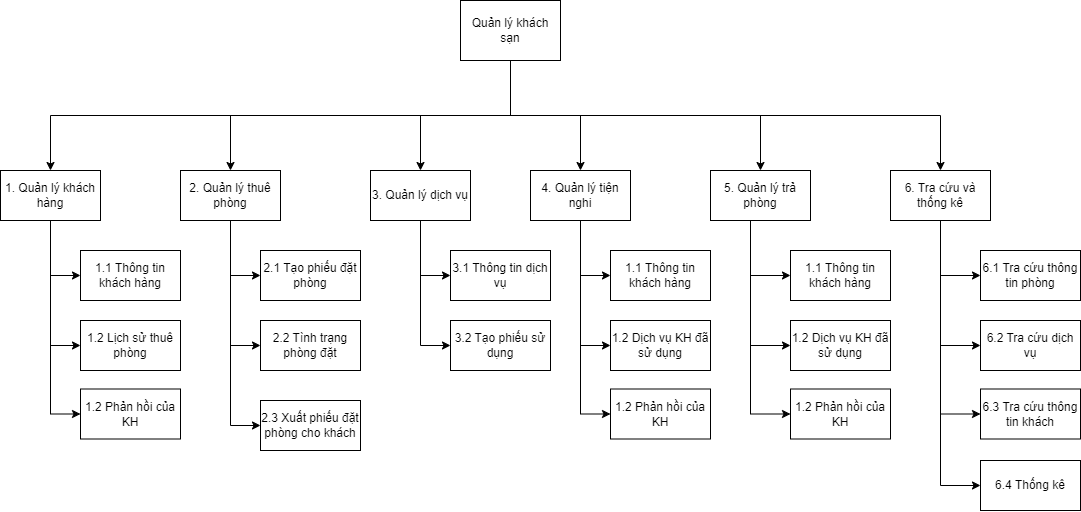
Before: Biểu đồ không có tiêu đề.drawio.png, a diagram exported from draw.io (DatLe328/Git-practice). Source tidied: cells renumbered, new cells last; positions are measured from the earlier drawing's top-left corner, leaving out a move shared by most shapes. Its diagram source:
```xml
<mxGraphModel>
  <root>
    <mxCell id="0" />
    <mxCell id="1" parent="0" />
    <mxCell id="2" style="edgeStyle=orthogonalEdgeStyle;rounded=0;jettySize=auto;html=1;exitX=0.5;exitY=1;exitDx=0;exitDy=0;entryX=0.5;entryY=0;entryDx=0;entryDy=0;" parent="1" edge="1" source="8" target="12">
      <mxGeometry relative="1" as="geometry" />
    </mxCell>
    <mxCell id="3" style="edgeStyle=orthogonalEdgeStyle;rounded=0;jettySize=auto;html=1;exitX=0.5;exitY=1;exitDx=0;exitDy=0;entryX=0.5;entryY=0;entryDx=0;entryDy=0;" parent="1" edge="1" source="8" target="19">
      <mxGeometry relative="1" as="geometry" />
    </mxCell>
    <mxCell id="4" style="edgeStyle=orthogonalEdgeStyle;rounded=0;jettySize=auto;html=1;exitX=0.5;exitY=1;exitDx=0;exitDy=0;entryX=0.5;entryY=0;entryDx=0;entryDy=0;" parent="1" edge="1" source="8" target="24">
      <mxGeometry relative="1" as="geometry" />
    </mxCell>
    <mxCell id="5" style="edgeStyle=orthogonalEdgeStyle;rounded=0;jettySize=auto;html=1;exitX=0.5;exitY=1;exitDx=0;exitDy=0;entryX=0.5;entryY=0;entryDx=0;entryDy=0;" parent="1" edge="1" source="8" target="33">
      <mxGeometry relative="1" as="geometry" />
    </mxCell>
    <mxCell id="6" style="edgeStyle=orthogonalEdgeStyle;rounded=0;jettySize=auto;html=1;exitX=0.5;exitY=1;exitDx=0;exitDy=0;entryX=0.5;entryY=0;entryDx=0;entryDy=0;" parent="1" edge="1" source="8" target="38">
      <mxGeometry relative="1" as="geometry" />
    </mxCell>
    <mxCell id="7" style="edgeStyle=orthogonalEdgeStyle;rounded=0;jettySize=auto;html=1;exitX=0.5;exitY=1;exitDx=0;exitDy=0;entryX=0.5;entryY=0;entryDx=0;entryDy=0;" parent="1" edge="1" source="8" target="49">
      <mxGeometry relative="1" as="geometry" />
    </mxCell>
    <mxCell id="8" value="Quản lý khách sạn" style="html=1;dashed=0;whiteSpace=wrap;" parent="1" vertex="1">
      <mxGeometry x="460" width="100" height="60" as="geometry" />
    </mxCell>
    <mxCell id="9" style="edgeStyle=orthogonalEdgeStyle;rounded=0;jettySize=auto;html=1;exitX=0.5;exitY=1;exitDx=0;exitDy=0;entryX=0;entryY=0.5;entryDx=0;entryDy=0;" parent="1" edge="1" source="12" target="13">
      <mxGeometry relative="1" as="geometry">
        <Array as="points">
          <mxPoint x="50" y="275" />
        </Array>
      </mxGeometry>
    </mxCell>
    <mxCell id="10" style="edgeStyle=orthogonalEdgeStyle;rounded=0;jettySize=auto;html=1;entryX=0;entryY=0.5;entryDx=0;entryDy=0;" parent="1" edge="1" source="12" target="14">
      <mxGeometry relative="1" as="geometry" />
    </mxCell>
    <mxCell id="11" style="edgeStyle=orthogonalEdgeStyle;rounded=0;jettySize=auto;html=1;exitX=0.5;exitY=1;exitDx=0;exitDy=0;entryX=0;entryY=0.5;entryDx=0;entryDy=0;" parent="1" edge="1" source="12" target="15">
      <mxGeometry relative="1" as="geometry" />
    </mxCell>
    <mxCell id="12" value="1. Quản lý khách hàng" style="html=1;dashed=0;whiteSpace=wrap;" parent="1" vertex="1">
      <mxGeometry y="170" width="100" height="50" as="geometry" />
    </mxCell>
    <mxCell id="13" value="1.1 Thông tin khách hàng" style="html=1;dashed=0;whiteSpace=wrap;" parent="1" vertex="1">
      <mxGeometry x="80" y="250" width="100" height="50" as="geometry" />
    </mxCell>
    <mxCell id="14" value="1.2 Lịch sử thuê phòng" style="html=1;dashed=0;whiteSpace=wrap;" parent="1" vertex="1">
      <mxGeometry x="80" y="320" width="100" height="50" as="geometry" />
    </mxCell>
    <mxCell id="15" value="1.2 Phản hồi của KH" style="html=1;dashed=0;whiteSpace=wrap;" parent="1" vertex="1">
      <mxGeometry x="80" y="388.5" width="100" height="50" as="geometry" />
    </mxCell>
    <mxCell id="16" style="edgeStyle=orthogonalEdgeStyle;rounded=0;jettySize=auto;html=1;entryX=0;entryY=0.5;entryDx=0;entryDy=0;" parent="1" edge="1" source="19" target="20">
      <mxGeometry relative="1" as="geometry" />
    </mxCell>
    <mxCell id="17" style="edgeStyle=orthogonalEdgeStyle;rounded=0;jettySize=auto;html=1;exitX=0.5;exitY=1;exitDx=0;exitDy=0;entryX=0;entryY=0.5;entryDx=0;entryDy=0;" parent="1" edge="1" source="19" target="21">
      <mxGeometry relative="1" as="geometry" />
    </mxCell>
    <mxCell id="18" style="edgeStyle=orthogonalEdgeStyle;rounded=0;jettySize=auto;html=1;exitX=0.5;exitY=1;exitDx=0;exitDy=0;entryX=0;entryY=0.5;entryDx=0;entryDy=0;" parent="1" edge="1" source="19" target="34">
      <mxGeometry relative="1" as="geometry" />
    </mxCell>
    <mxCell id="19" value="2. Quản lý thuê phòng" style="html=1;dashed=0;whiteSpace=wrap;" parent="1" vertex="1">
      <mxGeometry x="180" y="170" width="100" height="50" as="geometry" />
    </mxCell>
    <mxCell id="20" value="2.1 Tạo phiếu đặt phòng" style="html=1;dashed=0;whiteSpace=wrap;" parent="1" vertex="1">
      <mxGeometry x="260" y="250" width="100" height="50" as="geometry" />
    </mxCell>
    <mxCell id="21" value="2.2 Tình trạng phòng đặt" style="html=1;dashed=0;whiteSpace=wrap;" parent="1" vertex="1">
      <mxGeometry x="260" y="320" width="100" height="50" as="geometry" />
    </mxCell>
    <mxCell id="22" style="edgeStyle=orthogonalEdgeStyle;rounded=0;jettySize=auto;html=1;entryX=0;entryY=0.5;entryDx=0;entryDy=0;" parent="1" edge="1" source="24" target="25">
      <mxGeometry relative="1" as="geometry" />
    </mxCell>
    <mxCell id="23" style="edgeStyle=orthogonalEdgeStyle;rounded=0;jettySize=auto;html=1;exitX=0.5;exitY=1;exitDx=0;exitDy=0;entryX=0;entryY=0.5;entryDx=0;entryDy=0;" parent="1" edge="1" source="24" target="26">
      <mxGeometry relative="1" as="geometry" />
    </mxCell>
    <mxCell id="24" value="3. Quản lý dịch vụ" style="html=1;dashed=0;whiteSpace=wrap;" parent="1" vertex="1">
      <mxGeometry x="370" y="170" width="100" height="50" as="geometry" />
    </mxCell>
    <mxCell id="25" value="3.1 Thông tin dịch vụ" style="html=1;dashed=0;whiteSpace=wrap;" parent="1" vertex="1">
      <mxGeometry x="450" y="250" width="100" height="50" as="geometry" />
    </mxCell>
    <mxCell id="26" value="3.2 Tạo phiếu sử dụng" style="html=1;dashed=0;whiteSpace=wrap;" parent="1" vertex="1">
      <mxGeometry x="450" y="320" width="100" height="50" as="geometry" />
    </mxCell>
    <mxCell id="27" style="edgeStyle=orthogonalEdgeStyle;rounded=0;jettySize=auto;html=1;exitX=0.5;exitY=1;exitDx=0;exitDy=0;entryX=0;entryY=0.5;entryDx=0;entryDy=0;" parent="1" edge="1" target="30">
      <mxGeometry relative="1" as="geometry">
        <mxPoint x="750" y="220" as="sourcePoint" />
        <Array as="points">
          <mxPoint x="750" y="275" />
        </Array>
      </mxGeometry>
    </mxCell>
    <mxCell id="28" style="edgeStyle=orthogonalEdgeStyle;rounded=0;jettySize=auto;html=1;entryX=0;entryY=0.5;entryDx=0;entryDy=0;" parent="1" edge="1" target="31">
      <mxGeometry relative="1" as="geometry">
        <mxPoint x="750" y="220" as="sourcePoint" />
        <Array as="points">
          <mxPoint x="750" y="345" />
        </Array>
      </mxGeometry>
    </mxCell>
    <mxCell id="29" style="edgeStyle=orthogonalEdgeStyle;rounded=0;jettySize=auto;html=1;exitX=0.5;exitY=1;exitDx=0;exitDy=0;entryX=0;entryY=0.5;entryDx=0;entryDy=0;" parent="1" edge="1" target="32">
      <mxGeometry relative="1" as="geometry">
        <mxPoint x="750" y="220" as="sourcePoint" />
        <Array as="points">
          <mxPoint x="750" y="414" />
        </Array>
      </mxGeometry>
    </mxCell>
    <mxCell id="30" value="1.1 Thông tin khách hàng" style="html=1;dashed=0;whiteSpace=wrap;" parent="1" vertex="1">
      <mxGeometry x="790" y="250" width="100" height="50" as="geometry" />
    </mxCell>
    <mxCell id="31" value="1.2 Dịch vụ KH đã sử dụng" style="html=1;dashed=0;whiteSpace=wrap;" parent="1" vertex="1">
      <mxGeometry x="790" y="320" width="100" height="50" as="geometry" />
    </mxCell>
    <mxCell id="32" value="1.2 Phản hồi của KH" style="html=1;dashed=0;whiteSpace=wrap;" parent="1" vertex="1">
      <mxGeometry x="790" y="388.5" width="100" height="50" as="geometry" />
    </mxCell>
    <mxCell id="33" value="5. Quản lý trả phòng" style="html=1;dashed=0;whiteSpace=wrap;" parent="1" vertex="1">
      <mxGeometry x="710" y="170" width="100" height="50" as="geometry" />
    </mxCell>
    <mxCell id="34" value="2.3 Xuất phiếu đặt phòng cho khách" style="html=1;dashed=0;whiteSpace=wrap;" parent="1" vertex="1">
      <mxGeometry x="260" y="400" width="100" height="50" as="geometry" />
    </mxCell>
    <mxCell id="35" style="edgeStyle=orthogonalEdgeStyle;rounded=0;jettySize=auto;html=1;exitX=0.5;exitY=1;exitDx=0;exitDy=0;entryX=0;entryY=0.5;entryDx=0;entryDy=0;" parent="1" edge="1" source="38" target="39">
      <mxGeometry relative="1" as="geometry">
        <Array as="points">
          <mxPoint x="580" y="275" />
        </Array>
      </mxGeometry>
    </mxCell>
    <mxCell id="36" style="edgeStyle=orthogonalEdgeStyle;rounded=0;jettySize=auto;html=1;entryX=0;entryY=0.5;entryDx=0;entryDy=0;" parent="1" edge="1" source="38" target="40">
      <mxGeometry relative="1" as="geometry" />
    </mxCell>
    <mxCell id="37" style="edgeStyle=orthogonalEdgeStyle;rounded=0;jettySize=auto;html=1;exitX=0.5;exitY=1;exitDx=0;exitDy=0;entryX=0;entryY=0.5;entryDx=0;entryDy=0;" parent="1" edge="1" source="38" target="41">
      <mxGeometry relative="1" as="geometry" />
    </mxCell>
    <mxCell id="38" value="4. Quản lý tiện nghi" style="html=1;dashed=0;whiteSpace=wrap;" parent="1" vertex="1">
      <mxGeometry x="530" y="170" width="100" height="50" as="geometry" />
    </mxCell>
    <mxCell id="39" value="1.1 Thông tin khách hàng" style="html=1;dashed=0;whiteSpace=wrap;" parent="1" vertex="1">
      <mxGeometry x="610" y="250" width="100" height="50" as="geometry" />
    </mxCell>
    <mxCell id="40" value="1.2 Dịch vụ KH đã sử dụng" style="html=1;dashed=0;whiteSpace=wrap;" parent="1" vertex="1">
      <mxGeometry x="610" y="320" width="100" height="50" as="geometry" />
    </mxCell>
    <mxCell id="41" value="1.2 Phản hồi của KH" style="html=1;dashed=0;whiteSpace=wrap;" parent="1" vertex="1">
      <mxGeometry x="610" y="388.5" width="100" height="50" as="geometry" />
    </mxCell>
    <mxCell id="42" style="edgeStyle=orthogonalEdgeStyle;rounded=0;jettySize=auto;html=1;exitX=0.5;exitY=1;exitDx=0;exitDy=0;entryX=0;entryY=0.5;entryDx=0;entryDy=0;" parent="1" edge="1" target="45">
      <mxGeometry relative="1" as="geometry">
        <mxPoint x="940" y="220" as="sourcePoint" />
        <Array as="points">
          <mxPoint x="940" y="275" />
        </Array>
      </mxGeometry>
    </mxCell>
    <mxCell id="43" style="edgeStyle=orthogonalEdgeStyle;rounded=0;jettySize=auto;html=1;entryX=0;entryY=0.5;entryDx=0;entryDy=0;" parent="1" edge="1" target="46">
      <mxGeometry relative="1" as="geometry">
        <mxPoint x="940" y="220" as="sourcePoint" />
        <Array as="points">
          <mxPoint x="940" y="345" />
        </Array>
      </mxGeometry>
    </mxCell>
    <mxCell id="44" style="edgeStyle=orthogonalEdgeStyle;rounded=0;jettySize=auto;html=1;exitX=0.5;exitY=1;exitDx=0;exitDy=0;entryX=0;entryY=0.5;entryDx=0;entryDy=0;" parent="1" edge="1" target="47">
      <mxGeometry relative="1" as="geometry">
        <mxPoint x="940" y="220" as="sourcePoint" />
        <Array as="points">
          <mxPoint x="940" y="414" />
        </Array>
      </mxGeometry>
    </mxCell>
    <mxCell id="45" value="6.1 Tra cứu thông tin phòng" style="html=1;dashed=0;whiteSpace=wrap;" parent="1" vertex="1">
      <mxGeometry x="980" y="250" width="100" height="50" as="geometry" />
    </mxCell>
    <mxCell id="46" value="6.2 Tra cứu dịch vụ" style="html=1;dashed=0;whiteSpace=wrap;" parent="1" vertex="1">
      <mxGeometry x="980" y="320" width="100" height="50" as="geometry" />
    </mxCell>
    <mxCell id="47" value="6.3 Tra cứu thông tin khách" style="html=1;dashed=0;whiteSpace=wrap;" parent="1" vertex="1">
      <mxGeometry x="980" y="388.5" width="100" height="50" as="geometry" />
    </mxCell>
    <mxCell id="48" style="edgeStyle=orthogonalEdgeStyle;rounded=0;jettySize=auto;html=1;exitX=0.5;exitY=1;exitDx=0;exitDy=0;entryX=0;entryY=0.5;entryDx=0;entryDy=0;" parent="1" edge="1" source="49" target="50">
      <mxGeometry relative="1" as="geometry" />
    </mxCell>
    <mxCell id="49" value="6. Tra cứu và thống kê" style="html=1;dashed=0;whiteSpace=wrap;" parent="1" vertex="1">
      <mxGeometry x="890" y="170" width="100" height="50" as="geometry" />
    </mxCell>
    <mxCell id="50" value="6.4 Thống kê" style="html=1;dashed=0;whiteSpace=wrap;" parent="1" vertex="1">
      <mxGeometry x="980" y="460" width="100" height="50" as="geometry" />
    </mxCell>
  </root>
</mxGraphModel>
```
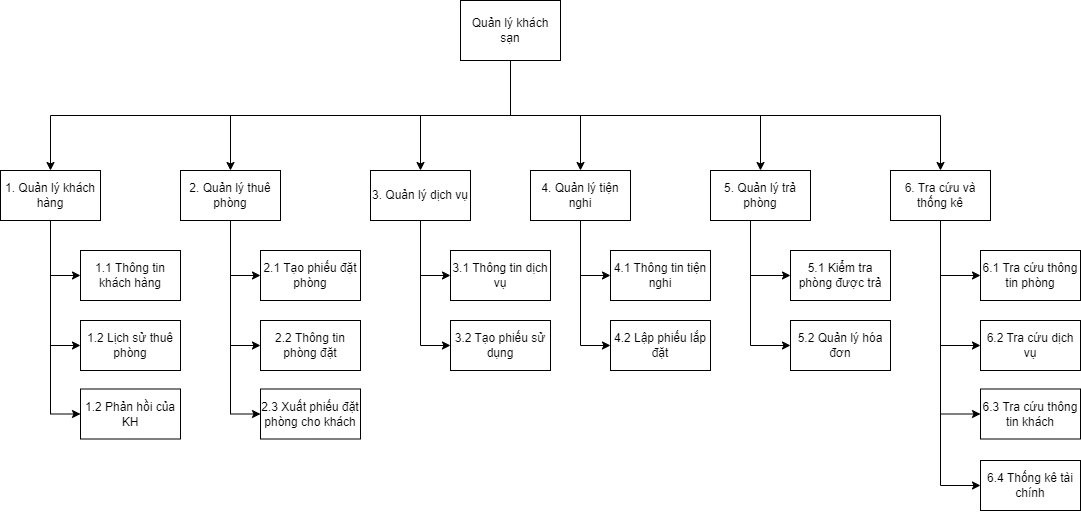
The same file after the commit.

Commit message:
Cập nhật Biểu đồ không có tiêu đề.drawio.png

Change to the diagram source:
```diff
@@ -63,7 +63,7 @@
     <mxCell id="20" value="2.1 Tạo phiếu đặt phòng" style="html=1;dashed=0;whiteSpace=wrap;" parent="1" vertex="1">
       <mxGeometry x="260" y="250" width="100" height="50" as="geometry" />
     </mxCell>
-    <mxCell id="21" value="2.2 Tình trạng phòng đặt" style="html=1;dashed=0;whiteSpace=wrap;" parent="1" vertex="1">
+    <mxCell id="21" value="2.2 Thông tin phòng đặt" style="html=1;dashed=0;whiteSpace=wrap;" parent="1" vertex="1">
       <mxGeometry x="260" y="320" width="100" height="50" as="geometry" />
     </mxCell>
     <mxCell id="22" style="edgeStyle=orthogonalEdgeStyle;rounded=0;jettySize=auto;html=1;entryX=0;entryY=0.5;entryDx=0;entryDy=0;" parent="1" edge="1" source="24" target="25">
@@ -97,28 +97,17 @@
         </Array>
       </mxGeometry>
     </mxCell>
-    <mxCell id="29" style="edgeStyle=orthogonalEdgeStyle;rounded=0;jettySize=auto;html=1;exitX=0.5;exitY=1;exitDx=0;exitDy=0;entryX=0;entryY=0.5;entryDx=0;entryDy=0;" parent="1" edge="1" target="32">
-      <mxGeometry relative="1" as="geometry">
-        <mxPoint x="750" y="220" as="sourcePoint" />
-        <Array as="points">
-          <mxPoint x="750" y="414" />
-        </Array>
-      </mxGeometry>
-    </mxCell>
-    <mxCell id="30" value="1.1 Thông tin khách hàng" style="html=1;dashed=0;whiteSpace=wrap;" parent="1" vertex="1">
+    <mxCell id="30" value="5.1 Kiểm tra phòng được trả" style="html=1;dashed=0;whiteSpace=wrap;" parent="1" vertex="1">
       <mxGeometry x="790" y="250" width="100" height="50" as="geometry" />
     </mxCell>
-    <mxCell id="31" value="1.2 Dịch vụ KH đã sử dụng" style="html=1;dashed=0;whiteSpace=wrap;" parent="1" vertex="1">
+    <mxCell id="31" value="5.2 Quản lý hóa đơn" style="html=1;dashed=0;whiteSpace=wrap;" parent="1" vertex="1">
       <mxGeometry x="790" y="320" width="100" height="50" as="geometry" />
     </mxCell>
-    <mxCell id="32" value="1.2 Phản hồi của KH" style="html=1;dashed=0;whiteSpace=wrap;" parent="1" vertex="1">
-      <mxGeometry x="790" y="388.5" width="100" height="50" as="geometry" />
-    </mxCell>
     <mxCell id="33" value="5. Quản lý trả phòng" style="html=1;dashed=0;whiteSpace=wrap;" parent="1" vertex="1">
       <mxGeometry x="710" y="170" width="100" height="50" as="geometry" />
     </mxCell>
     <mxCell id="34" value="2.3 Xuất phiếu đặt phòng cho khách" style="html=1;dashed=0;whiteSpace=wrap;" parent="1" vertex="1">
-      <mxGeometry x="260" y="400" width="100" height="50" as="geometry" />
+      <mxGeometry x="260" y="388.5" width="100" height="50" as="geometry" />
     </mxCell>
     <mxCell id="35" style="edgeStyle=orthogonalEdgeStyle;rounded=0;jettySize=auto;html=1;exitX=0.5;exitY=1;exitDx=0;exitDy=0;entryX=0;entryY=0.5;entryDx=0;entryDy=0;" parent="1" edge="1" source="38" target="39">
       <mxGeometry relative="1" as="geometry">
@@ -130,21 +119,15 @@
     <mxCell id="36" style="edgeStyle=orthogonalEdgeStyle;rounded=0;jettySize=auto;html=1;entryX=0;entryY=0.5;entryDx=0;entryDy=0;" parent="1" edge="1" source="38" target="40">
       <mxGeometry relative="1" as="geometry" />
     </mxCell>
-    <mxCell id="37" style="edgeStyle=orthogonalEdgeStyle;rounded=0;jettySize=auto;html=1;exitX=0.5;exitY=1;exitDx=0;exitDy=0;entryX=0;entryY=0.5;entryDx=0;entryDy=0;" parent="1" edge="1" source="38" target="41">
-      <mxGeometry relative="1" as="geometry" />
-    </mxCell>
     <mxCell id="38" value="4. Quản lý tiện nghi" style="html=1;dashed=0;whiteSpace=wrap;" parent="1" vertex="1">
       <mxGeometry x="530" y="170" width="100" height="50" as="geometry" />
     </mxCell>
-    <mxCell id="39" value="1.1 Thông tin khách hàng" style="html=1;dashed=0;whiteSpace=wrap;" parent="1" vertex="1">
+    <mxCell id="39" value="4.1 Thông tin tiện nghi" style="html=1;dashed=0;whiteSpace=wrap;" parent="1" vertex="1">
       <mxGeometry x="610" y="250" width="100" height="50" as="geometry" />
     </mxCell>
-    <mxCell id="40" value="1.2 Dịch vụ KH đã sử dụng" style="html=1;dashed=0;whiteSpace=wrap;" parent="1" vertex="1">
+    <mxCell id="40" value="4.2 Lập phiếu lắp đặt" style="html=1;dashed=0;whiteSpace=wrap;" parent="1" vertex="1">
       <mxGeometry x="610" y="320" width="100" height="50" as="geometry" />
     </mxCell>
-    <mxCell id="41" value="1.2 Phản hồi của KH" style="html=1;dashed=0;whiteSpace=wrap;" parent="1" vertex="1">
-      <mxGeometry x="610" y="388.5" width="100" height="50" as="geometry" />
-    </mxCell>
     <mxCell id="42" style="edgeStyle=orthogonalEdgeStyle;rounded=0;jettySize=auto;html=1;exitX=0.5;exitY=1;exitDx=0;exitDy=0;entryX=0;entryY=0.5;entryDx=0;entryDy=0;" parent="1" edge="1" target="45">
       <mxGeometry relative="1" as="geometry">
         <mxPoint x="940" y="220" as="sourcePoint" />
@@ -184,7 +167,7 @@
     <mxCell id="49" value="6. Tra cứu và thống kê" style="html=1;dashed=0;whiteSpace=wrap;" parent="1" vertex="1">
       <mxGeometry x="890" y="170" width="100" height="50" as="geometry" />
     </mxCell>
-    <mxCell id="50" value="6.4 Thống kê" style="html=1;dashed=0;whiteSpace=wrap;" parent="1" vertex="1">
+    <mxCell id="50" value="6.4 Thống kê tài chính" style="html=1;dashed=0;whiteSpace=wrap;" parent="1" vertex="1">
       <mxGeometry x="980" y="460" width="100" height="50" as="geometry" />
     </mxCell>
   </root>
```
